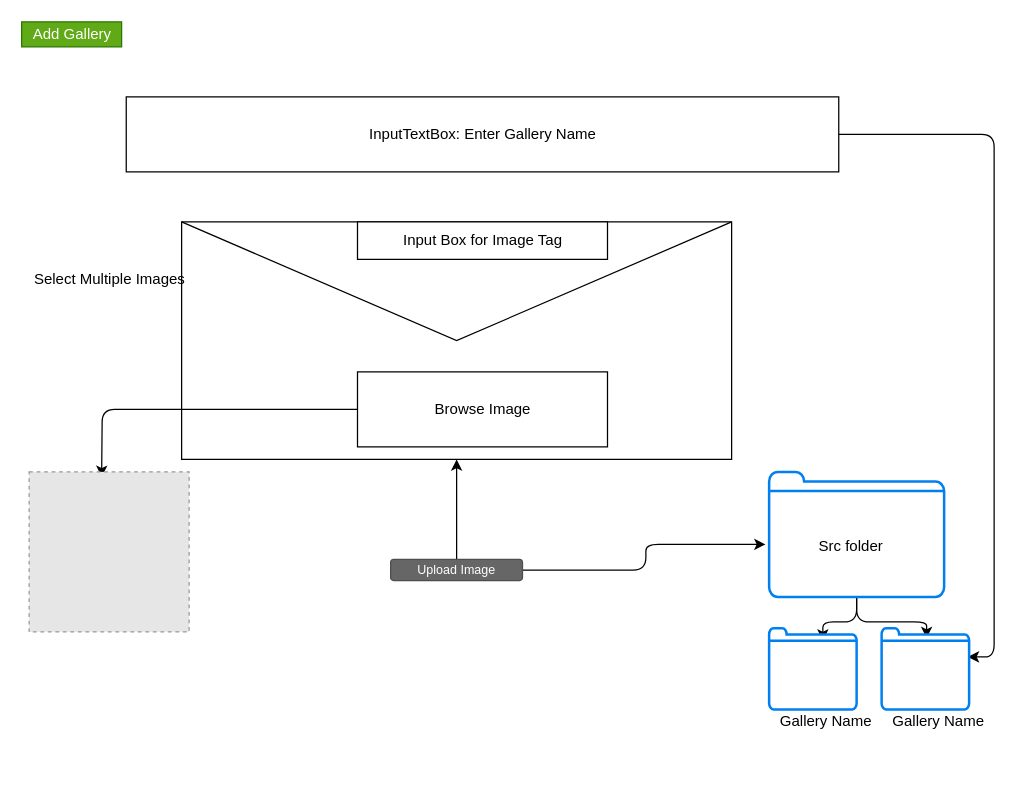
Earlier version of the draw.io diagram page "Add-Gallery-Steps" (2 of 2) of photo_gallery-00.drawio (amitkumar-niranjan/imageGallery). Source tidied: cells renumbered, new cells numbered last; positions are measured from the earlier drawing's top-left corner, leaving out a move shared by most shapes. Both pictures are drawn from the tidied source at 125%, with x=0, y=0 at pixel (21, 21). Pictures stored in the file or linked from it are replaced by grey dashed boxes.
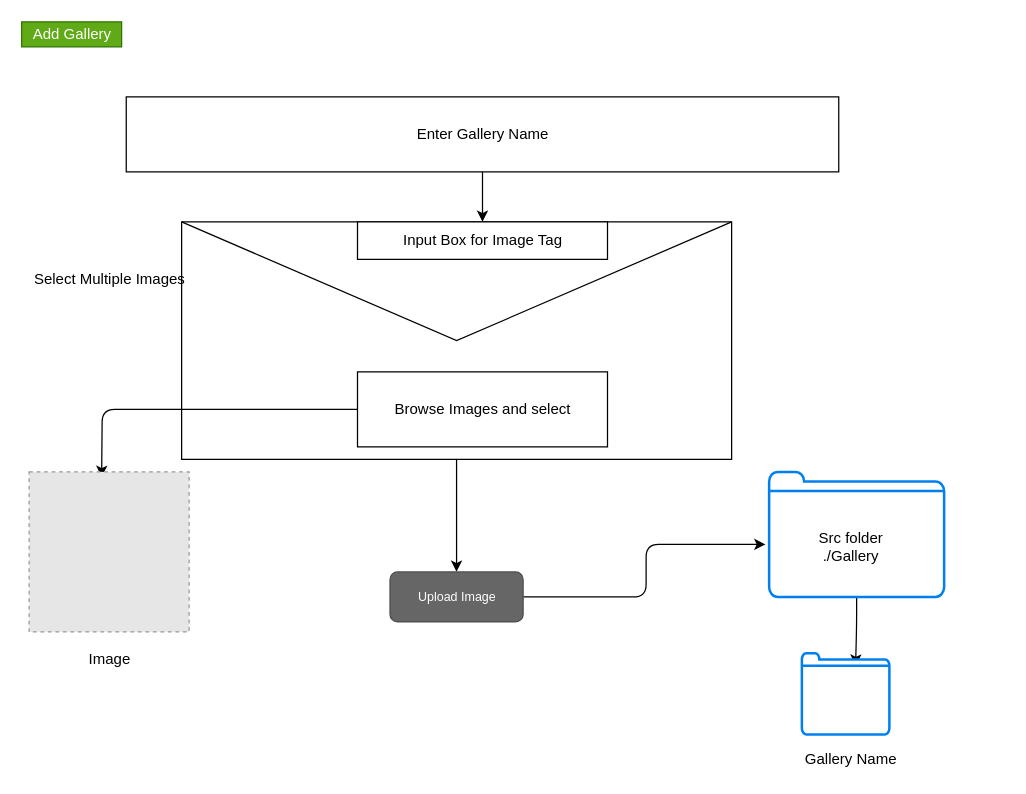
Above is the later version.

The change refers to these unchanged cells:
```xml
<mxCell id="2" style="shape=message;html=1;whiteSpace=wrap;html=1;outlineConnect=0;rounded=0;sketch=0;" parent="1" vertex="1">
  <mxGeometry x="127.8" y="160" width="440" height="190" as="geometry" />
</mxCell>
<mxCell id="10" value="Input Box for Image Tag" style="rounded=0;whiteSpace=wrap;html=1;sketch=0;" parent="1" vertex="1">
  <mxGeometry x="268.5" y="160" width="200" height="30" as="geometry" />
</mxCell>
<mxCell id="13" style="html=1;verticalLabelPosition=bottom;align=center;labelBackgroundColor=#ffffff;verticalAlign=top;strokeWidth=2;strokeColor=#0080F0;shadow=0;dashed=0;shape=mxgraph.ios7.icons.folder;rounded=0;sketch=0;" parent="1" vertex="1">
  <mxGeometry x="597.8" y="360" width="140" height="100" as="geometry" />
</mxCell>
```

What changed in the source:
```diff
@@
+    <mxCell id="22" style="edgeStyle=orthogonalEdgeStyle;curved=0;rounded=1;sketch=0;jettySize=auto;html=1;entryX=0.5;entryY=0;entryDx=0;entryDy=0;" parent="1" edge="1" source="2" target="9">
+      <mxGeometry relative="1" as="geometry" />
+    </mxCell>
@@
-    <mxCell id="3" style="edgeStyle=orthogonalEdgeStyle;curved=0;rounded=1;sketch=0;jettySize=auto;html=1;entryX=0.986;entryY=0.354;entryDx=0;entryDy=0;entryPerimeter=0;" parent="1" edge="1" source="4" target="16">
-      <mxGeometry relative="1" as="geometry" />
-    </mxCell>
+    <mxCell id="23" style="edgeStyle=orthogonalEdgeStyle;curved=0;rounded=1;sketch=0;jettySize=auto;html=1;entryX=0.5;entryY=0;entryDx=0;entryDy=0;" parent="1" edge="1" source="4" target="10">
+      <mxGeometry relative="1" as="geometry" />
+    </mxCell>
-    <mxCell id="4" value="InputTextBox: Enter Gallery Name" style="rounded=0;whiteSpace=wrap;html=1;sketch=0;" parent="1" vertex="1">
+    <mxCell id="4" value="Enter Gallery Name" style="rounded=0;whiteSpace=wrap;html=1;sketch=0;" parent="1" vertex="1">
       <mxGeometry x="83.5" y="60" width="570" height="60" as="geometry" />
     </mxCell>
@@
-    <mxCell id="6" value="Browse Image" style="rounded=0;whiteSpace=wrap;html=1;sketch=0;" parent="1" vertex="1">
+    <mxCell id="6" value="Browse Images and select" style="rounded=0;whiteSpace=wrap;html=1;sketch=0;" parent="1" vertex="1">
       <mxGeometry x="268.5" y="280" width="200" height="60" as="geometry" />
     </mxCell>
@@
-    <mxCell id="8" style="edgeStyle=orthogonalEdgeStyle;curved=0;rounded=1;sketch=0;jettySize=auto;html=1;entryX=0.5;entryY=1;entryDx=0;entryDy=0;" parent="1" edge="1" source="9" target="2">
-      <mxGeometry relative="1" as="geometry" />
-    </mxCell>
     <mxCell id="9" value="Upload Image" style="rounded=1;html=1;shadow=0;dashed=0;whiteSpace=wrap;fontSize=10;fillColor=#666666;align=center;strokeColor=#4D4D4D;fontColor=#ffffff;sketch=0;" parent="1" vertex="1">
-      <mxGeometry x="295" y="430" width="105.5" height="16.9" as="geometry" />
+      <mxGeometry x="294.5" y="440" width="106.5" height="40" as="geometry" />
     </mxCell>
@@
-    <mxCell id="12" style="edgeStyle=orthogonalEdgeStyle;curved=0;rounded=1;sketch=0;jettySize=auto;html=1;entryX=0.514;entryY=0.123;entryDx=0;entryDy=0;entryPerimeter=0;" parent="1" edge="1" source="13" target="16">
-      <mxGeometry relative="1" as="geometry" />
-    </mxCell>
@@
-    <mxCell id="14" value="Src folder" style="text;html=1;align=center;verticalAlign=middle;fillColor=none;strokeColor=none;rounded=0;sketch=0;" parent="1" vertex="1">
-      <mxGeometry x="627.8" y="410" width="70" height="20" as="geometry" />
+    <mxCell id="14" value="Src folder&lt;br&gt;./Gallery" style="text;html=1;align=center;verticalAlign=middle;fillColor=none;strokeColor=none;rounded=0;sketch=0;" parent="1" vertex="1">
+      <mxGeometry x="627.8" y="405" width="70" height="30" as="geometry" />
     </mxCell>
     <mxCell id="15" style="html=1;verticalLabelPosition=bottom;align=center;labelBackgroundColor=#ffffff;verticalAlign=top;strokeWidth=2;strokeColor=#0080F0;shadow=0;dashed=0;shape=mxgraph.ios7.icons.folder;rounded=0;sketch=0;" parent="1" vertex="1">
-      <mxGeometry x="597.8" y="485" width="70" height="65" as="geometry" />
+      <mxGeometry x="624" y="505" width="70" height="65" as="geometry" />
     </mxCell>
-    <mxCell id="16" style="html=1;verticalLabelPosition=bottom;align=center;labelBackgroundColor=#ffffff;verticalAlign=top;strokeWidth=2;strokeColor=#0080F0;shadow=0;dashed=0;shape=mxgraph.ios7.icons.folder;rounded=0;sketch=0;" parent="1" vertex="1">
-      <mxGeometry x="687.8" y="485" width="70" height="65" as="geometry" />
-    </mxCell>
     <mxCell id="17" value="Gallery Name" style="text;html=1;align=center;verticalAlign=middle;fillColor=none;strokeColor=none;rounded=0;sketch=0;" parent="1" vertex="1">
-      <mxGeometry x="597.8" y="550" width="90" height="20" as="geometry" />
+      <mxGeometry x="617.8" y="580" width="90" height="20" as="geometry" />
     </mxCell>
-    <mxCell id="18" value="Gallery Name" style="text;html=1;align=center;verticalAlign=middle;fillColor=none;strokeColor=none;rounded=0;sketch=0;" parent="1" vertex="1">
-      <mxGeometry x="687.8" y="550" width="90" height="20" as="geometry" />
+    <mxCell id="18" value="Image" style="text;html=1;align=center;verticalAlign=middle;fillColor=none;strokeColor=none;rounded=0;sketch=0;" parent="1" vertex="1">
+      <mxGeometry x="44.8" y="500" width="50" height="20" as="geometry" />
     </mxCell>
```
